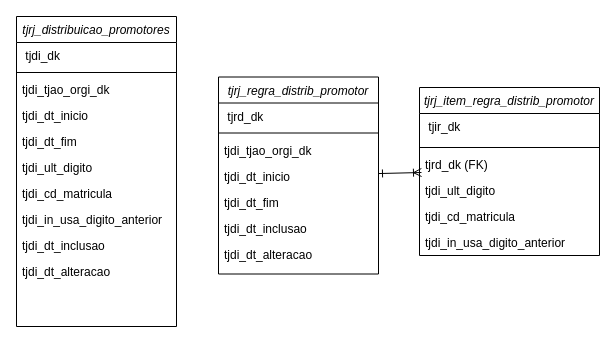
This is Untitled Diagram.drawio from gugahh/diagramasmprj, a draw.io file, before an edit. Source tidied: cells renumbered, new cells numbered last; positions are measured from the earlier drawing's top-left corner, leaving out a move shared by most shapes. Both pictures are drawn from the tidied source at 100%, with x=0, y=0 at pixel (16, 16).
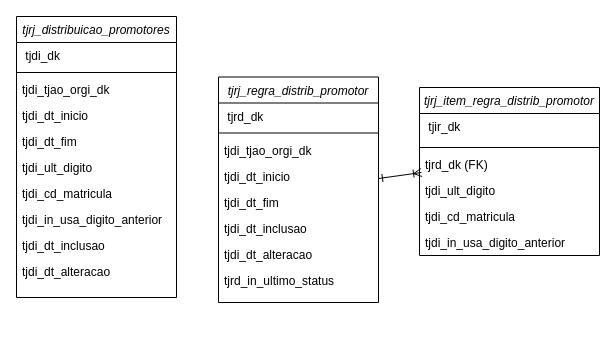
The same diagram, later.

Diff of the diagram source:
```diff
@@
     <mxCell id="2" value="tjrj_distribuicao_promotores" style="swimlane;fontStyle=2;align=center;verticalAlign=top;horizontal=1;startSize=26;rounded=0;shadow=0;strokeWidth=1;" parent="1" vertex="1">
-      <mxGeometry width="160" height="310" as="geometry" />
+      <mxGeometry width="160" height="281" as="geometry" />
     </mxCell>
@@
     <mxCell id="14" value="tjrj_regra_distrib_promotor" style="swimlane;fontStyle=2;align=center;verticalAlign=top;horizontal=1;startSize=26;rounded=0;shadow=0;strokeWidth=1;" parent="1" vertex="1">
-      <mxGeometry x="202" y="60.5" width="160" height="197" as="geometry" />
+      <mxGeometry x="202" y="60.5" width="160" height="225.5" as="geometry" />
     </mxCell>
@@
+    <mxCell id="29" value="tjrd_in_ultimo_status" style="text;align=left;verticalAlign=top;spacingLeft=4;spacingRight=4;overflow=hidden;rounded=0;shadow=0;html=0;" parent="14" vertex="1">
+      <mxGeometry y="190" width="160" height="26" as="geometry" />
+    </mxCell>
```
